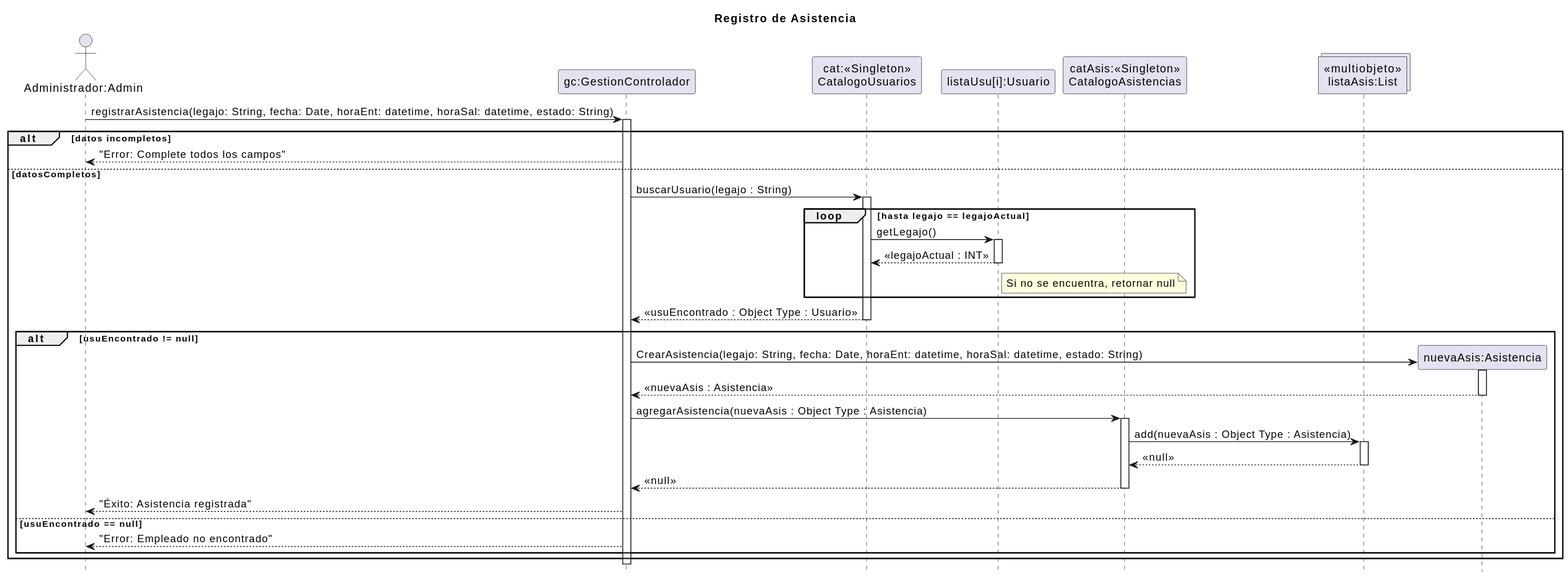
This is 08 - Diagramas de Secuencia de Diseño/AsistenciaEmpleados/AsistenciaEmpleados.svg from zEzequR/PF-I, a PlantUML export, as it was before one commit.
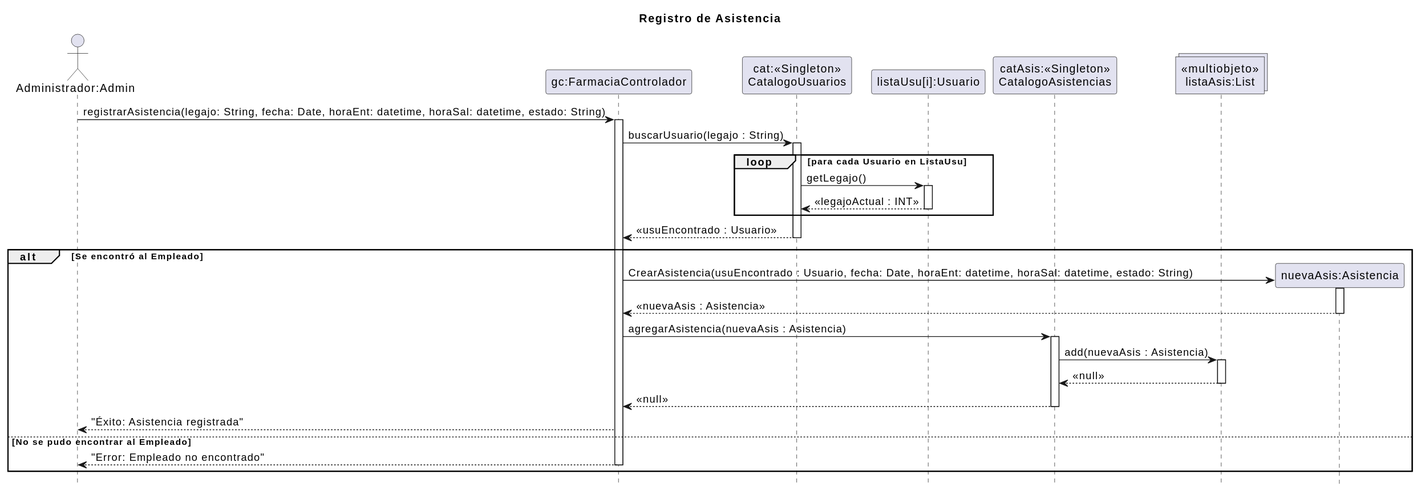
Above is the later version.

What changed in the source:
```diff
@@ -4,7 +4,7 @@
 hide footbox
 
 actor "Administrador:Admin" as admin
-participant "gc:GestionControlador" as ctrl
+participant "gc:FarmaciaControlador" as ctrl
 participant "cat:<<Singleton>>\nCatalogoUsuarios" as cat
 participant "listaUsu[i]:Usuario" as item
 participant "catAsis:<<Singleton>>\nCatalogoAsistencias" as cat_asis
@@ -13,51 +13,43 @@
 admin -> ctrl : registrarAsistencia(legajo: String, fecha: Date, horaEnt: datetime, horaSal: datetime, estado: String)
 activate ctrl
 
-alt datos incompletos
-    ctrl --> admin : "Error: Complete todos los campos"
-else datosCompletos
+ctrl -> cat : buscarUsuario(legajo : String)
+activate cat
 
-    ctrl -> cat : buscarUsuario(legajo : String)
-    activate cat
+loop para cada Usuario en ListaUsu
+    cat -> item : getLegajo()
+    activate item
+    item --> cat : <<legajoActual : INT>>
 
-    loop hasta legajo == legajoActual
-        cat -> item : getLegajo()
-        activate item
-        item --> cat : <<legajoActual : INT>>
-
-        note right of item : Si no se encuentra, retornar null
-
-        deactivate item
+    deactivate item
     end
 
-    cat --> ctrl : <<usuEncontrado : Object Type : Usuario>>
+    cat --> ctrl : << usuEncontrado : Usuario >>
     deactivate cat
 
-    alt usuEncontrado != null
+alt Se encontró al Empleado
 
-        create participant "nuevaAsis:Asistencia" as nueva_asis
-        ctrl -> nueva_asis : CrearAsistencia(legajo: String, fecha: Date, horaEnt: datetime, horaSal: datetime, estado: String)
-        activate nueva_asis
-        nueva_asis --> ctrl : <<nuevaAsis : Asistencia>>
-        deactivate nueva_asis
+    create participant "nuevaAsis:Asistencia" as nueva_asis
+    ctrl -> nueva_asis : CrearAsistencia(usuEncontrado : Usuario, fecha: Date, horaEnt: datetime, horaSal: datetime, estado: String)
+    activate nueva_asis
+    nueva_asis --> ctrl : <<nuevaAsis : Asistencia>>
+    deactivate nueva_asis
 
-        ctrl -> cat_asis : agregarAsistencia(nuevaAsis : Object Type : Asistencia)
-        activate cat_asis
+    ctrl -> cat_asis : agregarAsistencia(nuevaAsis : Asistencia)
+    activate cat_asis
 
-        cat_asis -> lista_asis : add(nuevaAsis : Object Type : Asistencia)
-        activate lista_asis
-        lista_asis --> cat_asis : <<null>>
-        deactivate lista_asis
+    cat_asis -> lista_asis : add(nuevaAsis : Asistencia)
+    activate lista_asis
+    lista_asis --> cat_asis : <<null>>
+    deactivate lista_asis
 
-        cat_asis --> ctrl : <<null>>
-        deactivate cat_asis
+    cat_asis --> ctrl : <<null>>
+    deactivate cat_asis
 
-        ctrl --> admin : "Éxito: Asistencia registrada"
+    ctrl --> admin : "Éxito: Asistencia registrada"
 
-    else usuEncontrado == null
-        ctrl --> admin : "Error: Empleado no encontrado"
-    end
+else No se pudo encontrar al Empleado
+    ctrl --> admin : "Error: Empleado no encontrado"
+    deactivate ctrl
 end
-
-deactivate ctrl
 @enduml
```
